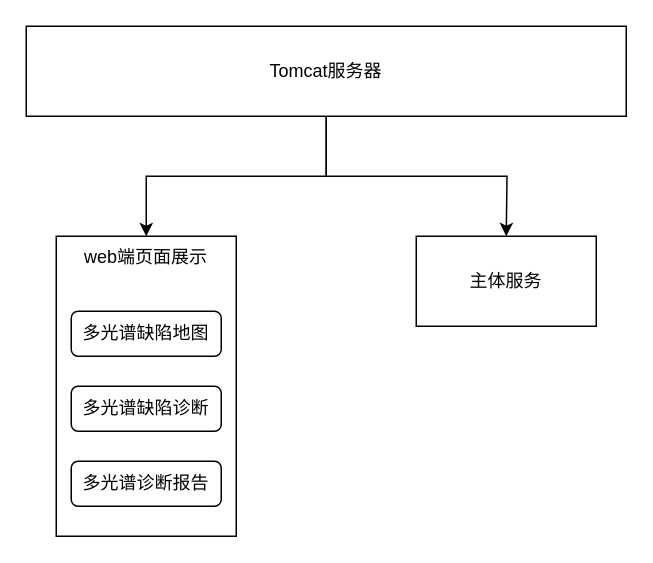
This is 多光谱诊断系统.drawio from wangyufei0807/draw, a draw.io file, before an edit. Source tidied: cells renumbered, new cells numbered last; positions are measured from the earlier drawing's top-left corner, leaving out a move shared by most shapes. Both pictures are drawn from the tidied source at 150%, with x=0, y=0 at pixel (26, 26).
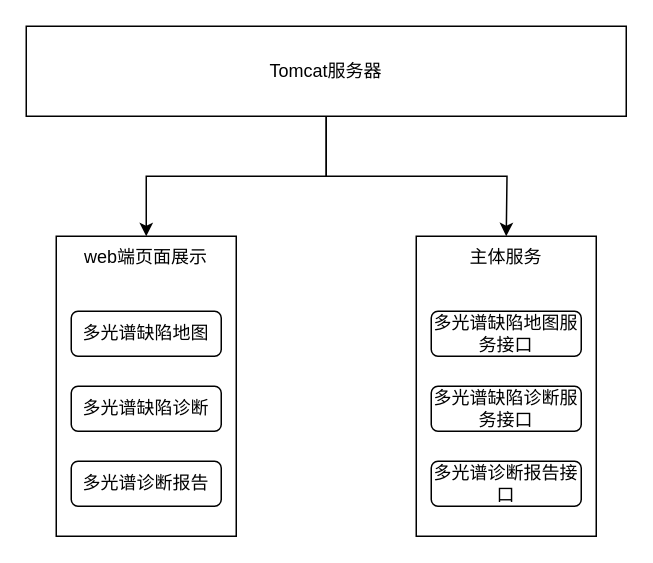
The same diagram, later.

Commit message (it also covers changes not shown here):
更新多光谱诊断系统.drawio

Diff of the diagram source:
```diff
@@
 <mxGraphModel>
   <root>
     <mxCell id="0" />
     <mxCell id="1" parent="0" />
     <mxCell id="2" style="edgeStyle=orthogonalEdgeStyle;rounded=0;jettySize=auto;html=1;" parent="1" edge="1" source="4" target="5">
       <mxGeometry relative="1" as="geometry" />
     </mxCell>
     <mxCell id="3" style="edgeStyle=orthogonalEdgeStyle;rounded=0;jettySize=auto;html=1;exitX=0.5;exitY=1;exitDx=0;exitDy=0;" parent="1" edge="1" source="4">
       <mxGeometry relative="1" as="geometry">
         <mxPoint x="320" y="140" as="targetPoint" />
       </mxGeometry>
     </mxCell>
     <mxCell id="4" value="Tomcat服务器" style="rounded=0;whiteSpace=wrap;html=1;" parent="1" vertex="1">
       <mxGeometry width="400" height="60" as="geometry" />
     </mxCell>
     <mxCell id="5" value="web端页面展示" style="whiteSpace=wrap;html=1;rounded=0;verticalAlign=top;" parent="1" vertex="1">
       <mxGeometry x="20" y="140" width="120" height="200" as="geometry" />
     </mxCell>
-    <mxCell id="6" value="主体服务" style="rounded=0;whiteSpace=wrap;html=1;" parent="1" vertex="1">
-      <mxGeometry x="260" y="140" width="120" height="60" as="geometry" />
+    <mxCell id="6" value="主体服务" style="rounded=0;whiteSpace=wrap;html=1;verticalAlign=top;" parent="1" vertex="1">
+      <mxGeometry x="260" y="140" width="120" height="200" as="geometry" />
     </mxCell>
     <mxCell id="7" value="多光谱缺陷地图" style="rounded=1;whiteSpace=wrap;html=1;" parent="1" vertex="1">
       <mxGeometry x="30" y="190" width="100" height="30" as="geometry" />
     </mxCell>
     <mxCell id="8" value="多光谱缺陷诊断" style="rounded=1;whiteSpace=wrap;html=1;" parent="1" vertex="1">
       <mxGeometry x="30" y="240" width="100" height="30" as="geometry" />
     </mxCell>
     <mxCell id="9" value="多光谱诊断报告" style="rounded=1;whiteSpace=wrap;html=1;" parent="1" vertex="1">
       <mxGeometry x="30" y="290" width="100" height="30" as="geometry" />
     </mxCell>
+    <mxCell id="10" value="多光谱缺陷地图服务接口" style="rounded=1;whiteSpace=wrap;html=1;" parent="1" vertex="1">
+      <mxGeometry x="270" y="190" width="100" height="30" as="geometry" />
+    </mxCell>
+    <mxCell id="11" value="多光谱缺陷诊断服务接口" style="rounded=1;whiteSpace=wrap;html=1;" parent="1" vertex="1">
+      <mxGeometry x="270" y="240" width="100" height="30" as="geometry" />
+    </mxCell>
+    <mxCell id="12" value="多光谱诊断报告接口" style="rounded=1;whiteSpace=wrap;html=1;" parent="1" vertex="1">
+      <mxGeometry x="270" y="290" width="100" height="30" as="geometry" />
+    </mxCell>
   </root>
 </mxGraphModel>
```
